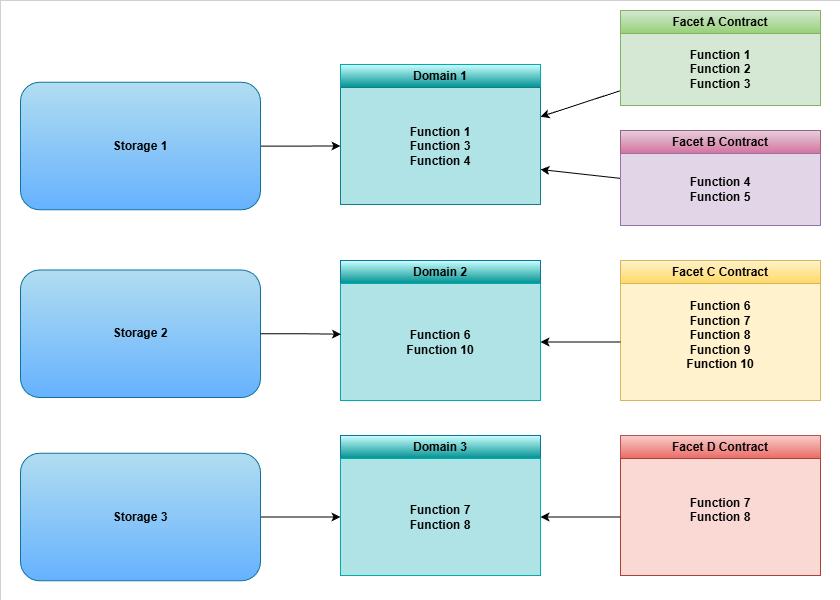
This is images/diamond8110.png from 0x76agabond/a-wanderer-notebook, a draw.io export, as it was before one commit. Source tidied: cells renumbered, new cells last; positions are measured from the earlier drawing's top-left corner, leaving out a move shared by most shapes.
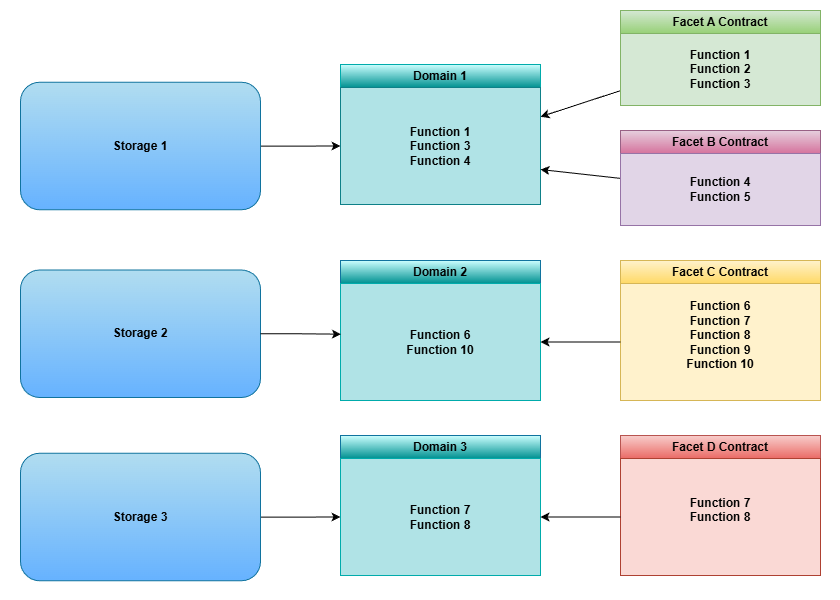
After the commit.

Change to the diagram source:
```diff
@@ -2,7 +2,7 @@
   <root>
     <mxCell id="0" />
     <mxCell id="1" parent="0" />
-    <mxCell id="2" style="rounded=0;whiteSpace=wrap;html=1;strokeWidth=0;" parent="1" vertex="1">
+    <mxCell id="2" style="rounded=0;whiteSpace=wrap;html=1;strokeWidth=0;strokeColor=none;" parent="1" vertex="1">
       <mxGeometry width="840" height="600" as="geometry" />
     </mxCell>
     <mxCell id="3" value="Facet C Contract" style="swimlane;whiteSpace=wrap;html=1;fillColor=#fff2cc;gradientColor=#ffd966;strokeColor=#d6b656;" parent="1" vertex="1">
```
